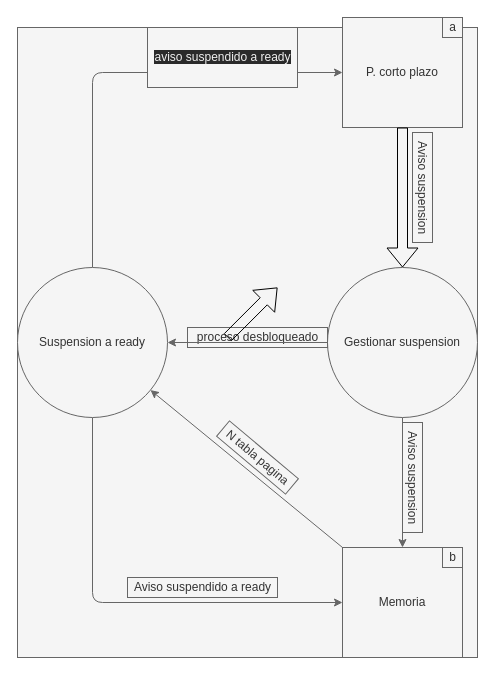
The draw.io diagram Kernel/documentacion/p_mediano_plazo.dio in martina-facu/Trabajo-operativos, before the edit. Source tidied: cells renumbered, new cells numbered last; positions are measured from the earlier drawing's top-left corner, leaving out a move shared by most shapes. Both pictures are drawn from the tidied source at 100%, with x=0, y=0 at pixel (17, 17).
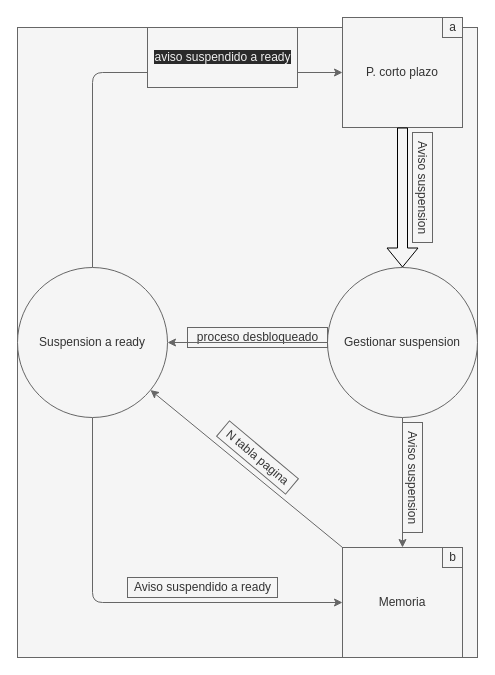
After the change.

Commit message (it also covers changes not shown here):
HOTFIX mejora diagrama

Diff of the diagram source:
```diff
@@
-    <mxCell id="22" style="shape=flexArrow;endArrow=classic;html=1;" parent="1" edge="1">
-      <mxGeometry relative="1" as="geometry">
-        <mxPoint x="210" y="320" as="sourcePoint" />
-        <mxPoint x="260" y="270" as="targetPoint" />
-      </mxGeometry>
-    </mxCell>
```
